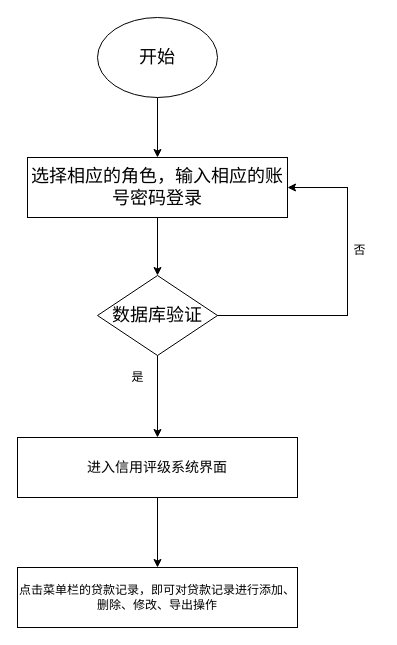
Earlier version of the draw.io diagram 整体ER图.drawio (000Ljx/Endorphins). Source tidied: cells renumbered, new cells numbered last; positions are measured from the earlier drawing's top-left corner, leaving out a move shared by most shapes. Both pictures are drawn from the tidied source at 100%, with x=0, y=0 at pixel (17, 17).
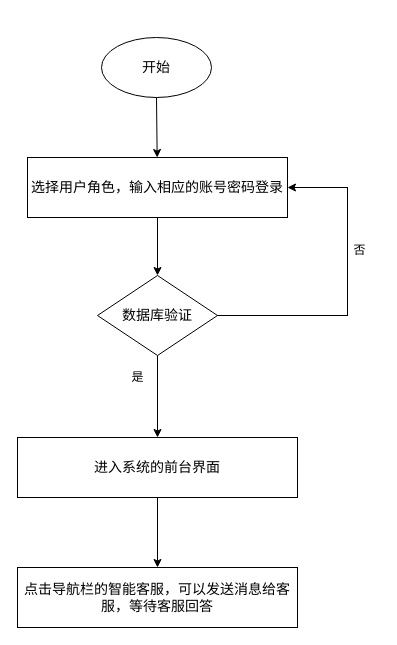
Above is the later version.

Commit message:
更新整体ER图.drawio

What changed in the source:
```diff
@@
 <mxGraphModel>
   <root>
     <mxCell id="0" />
     <mxCell id="1" parent="0" />
-    <mxCell id="2" value="&lt;font style=&quot;font-size: 18px;&quot;&gt;开始&lt;/font&gt;" style="ellipse;whiteSpace=wrap;html=1;" parent="1" vertex="1">
-      <mxGeometry x="80" width="120" height="80" as="geometry" />
+    <mxCell id="2" value="&lt;font style=&quot;font-size: 14px;&quot;&gt;开始&lt;/font&gt;" style="ellipse;whiteSpace=wrap;html=1;" parent="1" vertex="1">
+      <mxGeometry x="84" y="20" width="110" height="60" as="geometry" />
     </mxCell>
-    <mxCell id="3" value="&lt;font style=&quot;font-size: 18px;&quot;&gt;选择相应的角色，输入相应的账号密码登录&lt;/font&gt;" style="rounded=0;whiteSpace=wrap;html=1;" parent="1" vertex="1">
+    <mxCell id="3" value="&lt;font style=&quot;font-size: 14px;&quot;&gt;选择用户角色，输入相应的账号密码登录&lt;/font&gt;" style="rounded=0;whiteSpace=wrap;html=1;" parent="1" vertex="1">
       <mxGeometry x="10" y="140" width="260" height="60" as="geometry" />
     </mxCell>
     <mxCell id="4" style="endArrow=classic;html=1;rounded=0;exitX=0.5;exitY=1;exitDx=0;exitDy=0;" parent="1" edge="1" source="2" target="3">
       <mxGeometry relative="1" as="geometry" />
     </mxCell>
-    <mxCell id="5" value="&lt;font style=&quot;font-size: 18px;&quot;&gt;数据库验证&lt;/font&gt;" style="rhombus;whiteSpace=wrap;html=1;" parent="1" vertex="1">
+    <mxCell id="5" value="&lt;font style=&quot;font-size: 14px;&quot;&gt;数据库验证&lt;/font&gt;" style="rhombus;whiteSpace=wrap;html=1;" parent="1" vertex="1">
       <mxGeometry x="80" y="258" width="120" height="80" as="geometry" />
     </mxCell>
     <mxCell id="6" style="endArrow=classic;html=1;rounded=0;entryX=0.5;entryY=0;entryDx=0;entryDy=0;exitX=0.5;exitY=1;exitDx=0;exitDy=0;" parent="1" edge="1" source="3" target="5">
       <mxGeometry relative="1" as="geometry" />
     </mxCell>
     <mxCell id="7" value="是" style="text;html=1;align=center;verticalAlign=middle;strokeColor=none;fillColor=none;" parent="1" vertex="1">
       <mxGeometry x="100" y="345" width="40" height="30" as="geometry" />
     </mxCell>
     <mxCell id="8" style="endArrow=classic;html=1;rounded=0;entryX=1;entryY=0.5;entryDx=0;entryDy=0;" parent="1" edge="1" target="3">
       <mxGeometry relative="1" as="geometry">
         <mxPoint x="330" y="170" as="sourcePoint" />
       </mxGeometry>
     </mxCell>
     <mxCell id="9" style="shape=partialRectangle;whiteSpace=wrap;html=1;bottom=0;right=0;fillColor=none;rotation=-180;" parent="1" vertex="1">
       <mxGeometry x="200" y="170" width="130" height="128" as="geometry" />
     </mxCell>
     <mxCell id="10" value="否" style="text;html=1;align=center;verticalAlign=middle;strokeColor=none;fillColor=none;" parent="1" vertex="1">
       <mxGeometry x="322" y="218" width="40" height="30" as="geometry" />
     </mxCell>
     <mxCell id="11" style="endArrow=classic;html=1;rounded=0;exitX=0.5;exitY=1;exitDx=0;exitDy=0;entryX=0.5;entryY=0;entryDx=0;entryDy=0;entryPerimeter=0;" parent="1" edge="1" source="5" target="12">
       <mxGeometry relative="1" as="geometry" />
     </mxCell>
-    <mxCell id="12" value="&lt;span style=&quot;font-size: 14px;&quot;&gt;进入信用评级系统界面&lt;/span&gt;" style="rounded=0;whiteSpace=wrap;html=1;" parent="1" vertex="1">
+    <mxCell id="12" value="&lt;span style=&quot;font-size: 14px;&quot;&gt;进入系统的前台界面&lt;/span&gt;" style="rounded=0;whiteSpace=wrap;html=1;" parent="1" vertex="1">
       <mxGeometry y="420" width="280" height="60" as="geometry" />
     </mxCell>
     <mxCell id="13" style="endArrow=classic;html=1;rounded=0;exitX=0.5;exitY=1;exitDx=0;exitDy=0;entryX=0.5;entryY=0;entryDx=0;entryDy=0;" parent="1" edge="1" source="12" target="14">
       <mxGeometry relative="1" as="geometry" />
     </mxCell>
-    <mxCell id="14" value="点击菜单栏的贷款记录，即可对贷款记录进行添加、删除、修改、导出操作" style="rounded=0;whiteSpace=wrap;html=1;" parent="1" vertex="1">
+    <mxCell id="14" value="&lt;span style=&quot;font-size: 14px;&quot;&gt;点击导航栏的智能客服，可以发送消息给客服，等待客服回答&lt;/span&gt;" style="rounded=0;whiteSpace=wrap;html=1;" parent="1" vertex="1">
       <mxGeometry y="550" width="280" height="60" as="geometry" />
     </mxCell>
   </root>
 </mxGraphModel>
```
